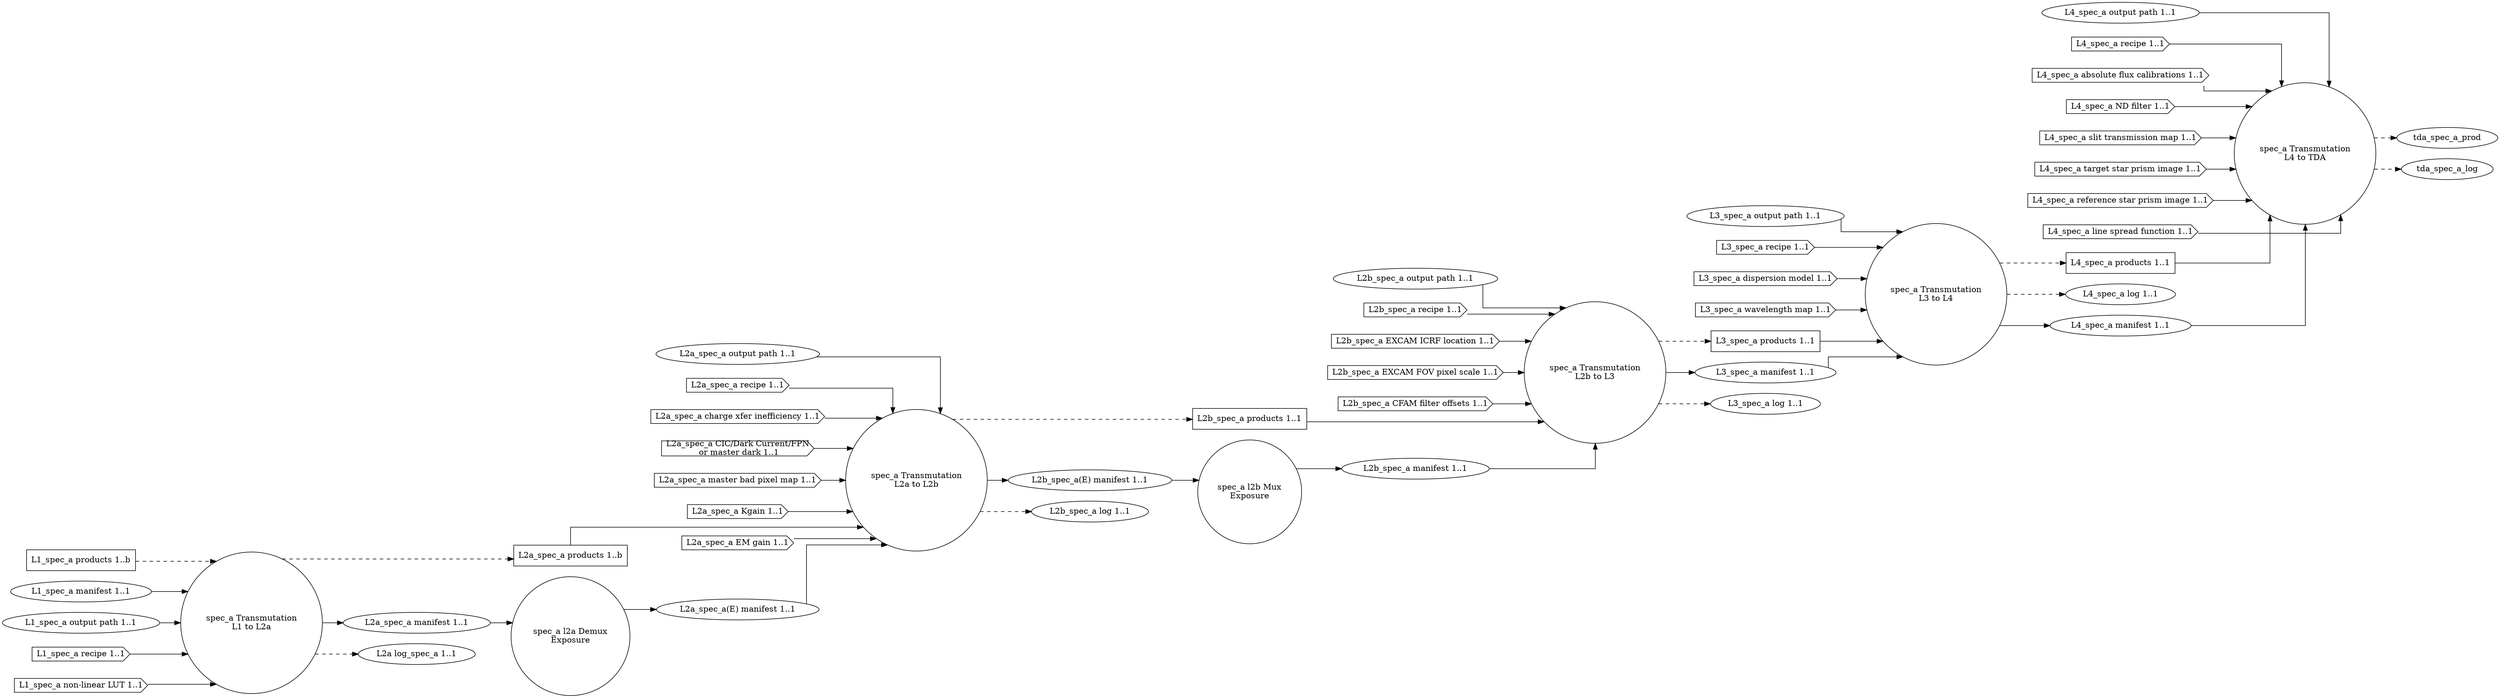
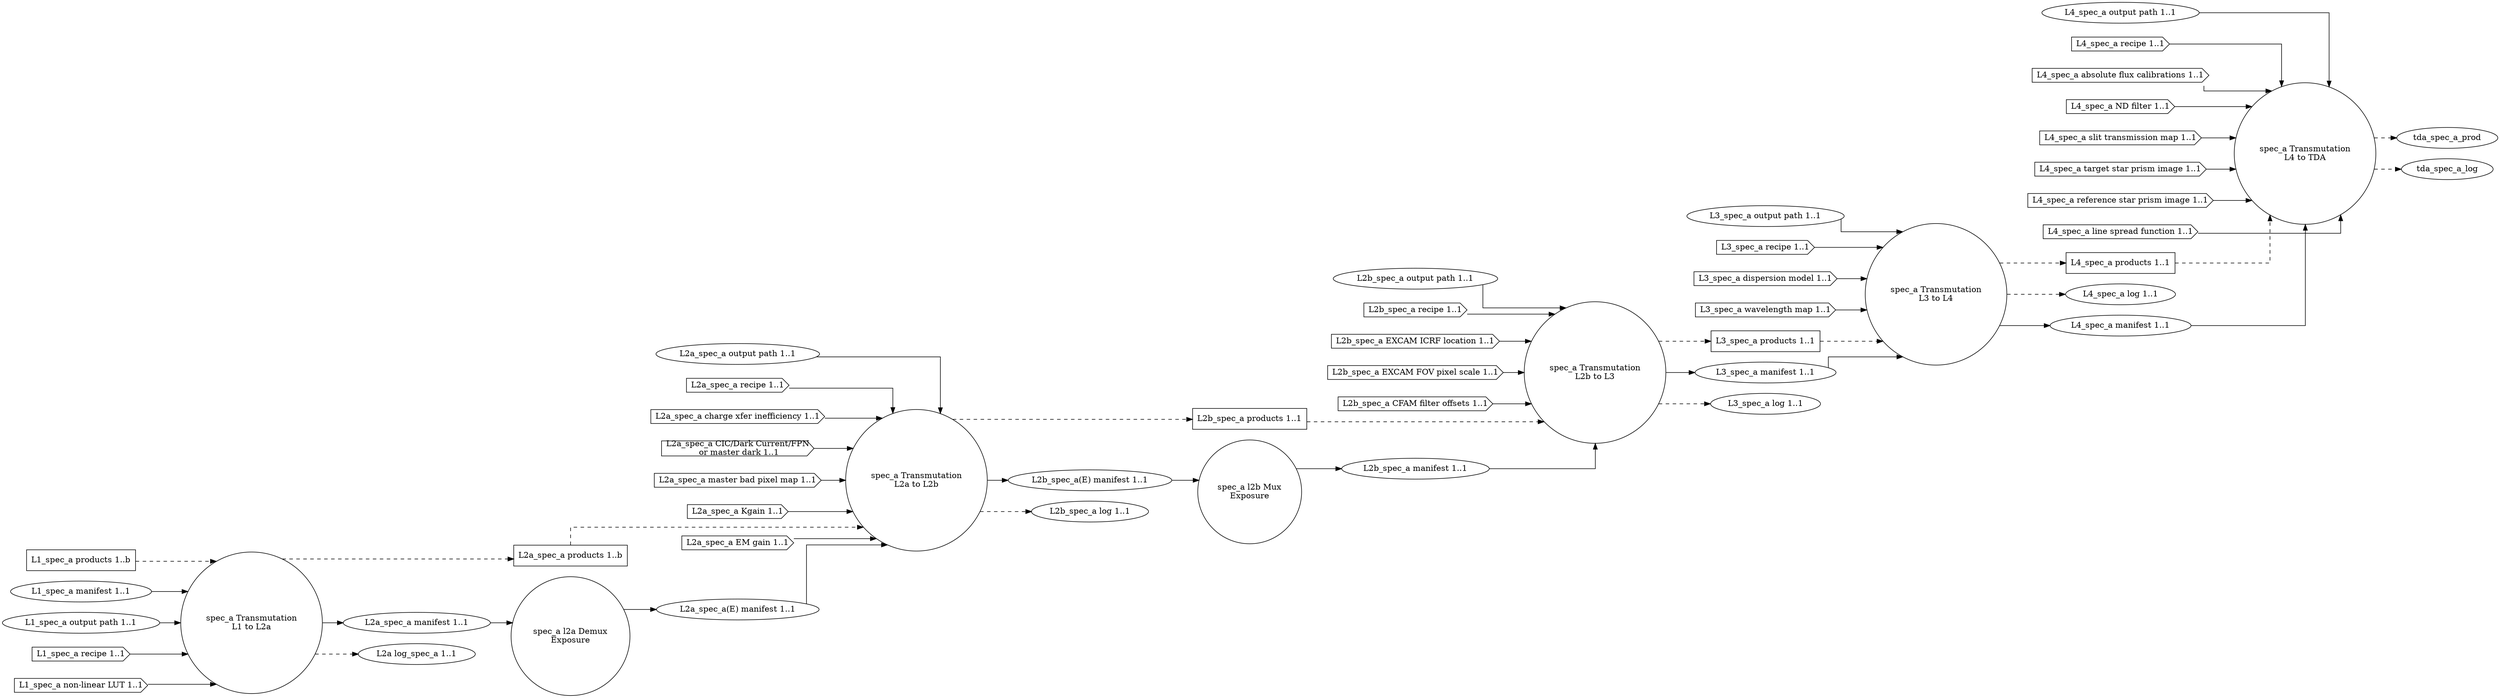
digraph SpectroscopyAnalog
{
  graph [splines="ortho", rankdir=LR];

  trans_spec_a_l1_l2a [label="spec_a Transmutation\nL1 to L2a", shape="circle"];
  l2a_spec_a_demux [label="spec_a l2a Demux\nExposure" shape="circle"];
  trans_spec_a_l2a_l2b [label="spec_a Transmutation\nL2a to L2b", shape="circle"];
  l2b_spec_a_mux [label="spec_a l2b Mux\nExposure", shape="circle"];
  trans_spec_a_l2b_l3 [label="spec_a Transmutation\nL2b to L3", shape="circle"];
  trans_spec_a_l3_l4 [label="spec_a Transmutation\nL3 to L4", shape="circle"];
  trans_spec_a_l4_tda [label="spec_a Transmutation\nL4 to TDA", shape="circle"];

  l1_spec_a_prod [label="L1_spec_a products 1..b", shape="rectangle"];
  l1_spec_a_man [label="L1_spec_a manifest 1..1", shape="ellipse"];
  l1_spec_a_odir [label="L1_spec_a output path 1..1", shape="ellipse"];
  l1_spec_a_rec [label="L1_spec_a recipe 1..1", shape="cds"];
  l1_spec_a_nllut [label="L1_spec_a non-linear LUT 1..1", shape="cds"];

  l2a_spec_a_prod [label="L2a_spec_a products 1..b", shape="rectangle"];
  l2a_spec_a_man [label="L2a_spec_a manifest 1..1", shape="ellipse"];
  l2a_spec_a_odir [label="L2a_spec_a output path 1..1", shape="ellipse"];
  l2a_spec_a_rec [label="L2a_spec_a recipe 1..1", shape="cds"];
  l2a_spec_a_cti [label="L2a_spec_a charge xfer inefficiency 1..1", shape="cds"];
  l2a_spec_a_dnb [label="L2a_spec_a CIC/Dark Current/FPN\n or master dark 1..1", shape="cds"];
  l2a_spec_a_mbpm [label="L2a_spec_a master bad pixel map 1..1", shape="cds"];
  l2a_spec_a_kgain [label="L2a_spec_a Kgain 1..1", shape="cds"];
  l2a_spec_a_emg [label="L2a_spec_a EM gain 1..1", shape="cds"];
  l2a_spec_a_log [label="L2a log_spec_a 1..1", shape="ellipse"];
  l2a_spec_a_man_demux [label="L2a_spec_a(E) manifest 1..1", shape="ellipse"];

  l2b_spec_a_prod [label="L2b_spec_a products 1..1", shape="rectangle"];
  l2b_spec_a_man [label="L2b_spec_a manifest 1..1", shape="ellipse"];
  l2b_spec_a_odir [label="L2b_spec_a output path 1..1", shape="ellipse"];
  l2b_spec_a_rec [label="L2b_spec_a recipe 1..1", shape="cds"];
  l2b_spec_a_excicrf [label="L2b_spec_a EXCAM ICRF location 1..1", shape="cds"];
  l2b_spec_a_excfovps [label="L2b_spec_a EXCAM FOV pixel scale 1..1", shape="cds"];
  l2b_spec_a_cfamfo [label="L2b_spec_a CFAM filter offsets 1..1", shape="cds"];
  l2b_spec_a_man_demux [label="L2b_spec_a(E) manifest 1..1", shape="ellipse"];
  l2b_spec_a_log [label="L2b_spec_a log 1..1", shape="ellipse"];

  l3_spec_a_prod [label="L3_spec_a products 1..1", shape="rectangle"];
  l3_spec_a_odir [label="L3_spec_a output path 1..1", shape="ellipse"];
  l3_spec_a_man [label="L3_spec_a manifest 1..1", shape="ellipse"];
  l3_spec_a_rec [label="L3_spec_a recipe 1..1", shape="cds"];
  l3_spec_a_dispm [label="L3_spec_a dispersion model 1..1", shape="cds"];
  l3_spec_a_wavem [label="L3_spec_a wavelength map 1..1", shape="cds"];
  l3_spec_a_log [label="L3_spec_a log 1..1", shape="ellipse"];

  l4_spec_a_prod [label="L4_spec_a products 1..1", shape="rectangle"];
  l4_spec_a_odir [label="L4_spec_a output path 1..1", shape="ellipse"];
  l4_spec_a_log [label="L4_spec_a log 1..1", shape="ellipse"];
  l4_spec_a_man [label="L4_spec_a manifest 1..1", shape="ellipse"];
  l4_spec_a_rec [label="L4_spec_a recipe 1..1", shape="cds"];
  l4_spec_a_afcal [label="L4_spec_a absolute flux calibrations 1..1", shape="cds"];
  l4_spec_a_ndfilt [label="L4_spec_a ND filter 1..1", shape="cds"];
  l4_spec_a_stmap [label="L4_spec_a slit transmission map 1..1", shape="cds"];
  l4_spec_a_tspi [label="L4_spec_a target star prism image 1..1", shape="cds"];
  l4_spec_a_rspi [label="L4_spec_a reference star prism image 1..1", shape="cds"];
  l4_spec_a_lsf [label="L4_spec_a line spread function 1..1", shape="cds"];

  l1_spec_a_prod -> trans_spec_a_l1_l2a [style="dashed"];
  l1_spec_a_man -> trans_spec_a_l1_l2a;
  l1_spec_a_odir -> trans_spec_a_l1_l2a;
  l1_spec_a_rec -> trans_spec_a_l1_l2a;
  l1_spec_a_nllut -> trans_spec_a_l1_l2a;

  trans_spec_a_l1_l2a -> l2a_spec_a_prod [style="dashed"];
  trans_spec_a_l1_l2a -> l2a_spec_a_man;
  trans_spec_a_l1_l2a -> l2a_spec_a_log  [style="dashed"];

-   l2a_spec_a_prod -> trans_spec_a_l2a_l2b;
+   l2a_spec_a_prod -> trans_spec_a_l2a_l2b [style="dashed"];
  l2a_spec_a_odir -> trans_spec_a_l2a_l2b;
  l2a_spec_a_rec -> trans_spec_a_l2a_l2b;
  l2a_spec_a_cti -> trans_spec_a_l2a_l2b;
  l2a_spec_a_dnb -> trans_spec_a_l2a_l2b;
  l2a_spec_a_mbpm -> trans_spec_a_l2a_l2b;
  l2a_spec_a_emg -> trans_spec_a_l2a_l2b;
  l2a_spec_a_kgain -> trans_spec_a_l2a_l2b;

  trans_spec_a_l2a_l2b -> l2b_spec_a_prod [style="dashed"];
  trans_spec_a_l2a_l2b -> l2b_spec_a_man_demux;
  trans_spec_a_l2a_l2b -> l2b_spec_a_log  [style="dashed"];

  l2a_spec_a_man -> l2a_spec_a_demux;
  l2a_spec_a_demux -> l2a_spec_a_man_demux;
  l2a_spec_a_man_demux -> trans_spec_a_l2a_l2b;

  l2b_spec_a_man_demux -> l2b_spec_a_mux;
  l2b_spec_a_mux -> l2b_spec_a_man;

-   l2b_spec_a_prod -> trans_spec_a_l2b_l3;
+   l2b_spec_a_prod -> trans_spec_a_l2b_l3 [style="dashed"];
  l2b_spec_a_man -> trans_spec_a_l2b_l3;
  l2b_spec_a_odir -> trans_spec_a_l2b_l3;
  l2b_spec_a_rec -> trans_spec_a_l2b_l3;
  l2b_spec_a_excicrf -> trans_spec_a_l2b_l3;
  l2b_spec_a_excfovps -> trans_spec_a_l2b_l3;
  l2b_spec_a_cfamfo -> trans_spec_a_l2b_l3;

  trans_spec_a_l2b_l3 -> l3_spec_a_prod [style="dashed"];
  trans_spec_a_l2b_l3 -> l3_spec_a_man;
  trans_spec_a_l2b_l3 -> l3_spec_a_log  [style="dashed"];

-   l3_spec_a_prod -> trans_spec_a_l3_l4;
+   l3_spec_a_prod -> trans_spec_a_l3_l4 [style="dashed"];
  l3_spec_a_man -> trans_spec_a_l3_l4;
  l3_spec_a_odir -> trans_spec_a_l3_l4;
  l3_spec_a_rec -> trans_spec_a_l3_l4;
  l3_spec_a_dispm -> trans_spec_a_l3_l4;
  l3_spec_a_wavem -> trans_spec_a_l3_l4;
  trans_spec_a_l3_l4 -> l4_spec_a_prod [style="dashed"];
  trans_spec_a_l3_l4 -> l4_spec_a_log  [style="dashed"];
  trans_spec_a_l3_l4 -> l4_spec_a_man;

-   l4_spec_a_prod -> trans_spec_a_l4_tda;
+   l4_spec_a_prod -> trans_spec_a_l4_tda [style="dashed"];
  l4_spec_a_man -> trans_spec_a_l4_tda;
  l4_spec_a_odir -> trans_spec_a_l4_tda;
  l4_spec_a_rec -> trans_spec_a_l4_tda;
  l4_spec_a_afcal -> trans_spec_a_l4_tda;
  l4_spec_a_ndfilt -> trans_spec_a_l4_tda;
  l4_spec_a_stmap -> trans_spec_a_l4_tda;
  l4_spec_a_tspi -> trans_spec_a_l4_tda;
  l4_spec_a_rspi -> trans_spec_a_l4_tda;
  l4_spec_a_lsf -> trans_spec_a_l4_tda;
  trans_spec_a_l4_tda -> tda_spec_a_prod [style="dashed"];
  trans_spec_a_l4_tda -> tda_spec_a_log  [style="dashed"];
}
